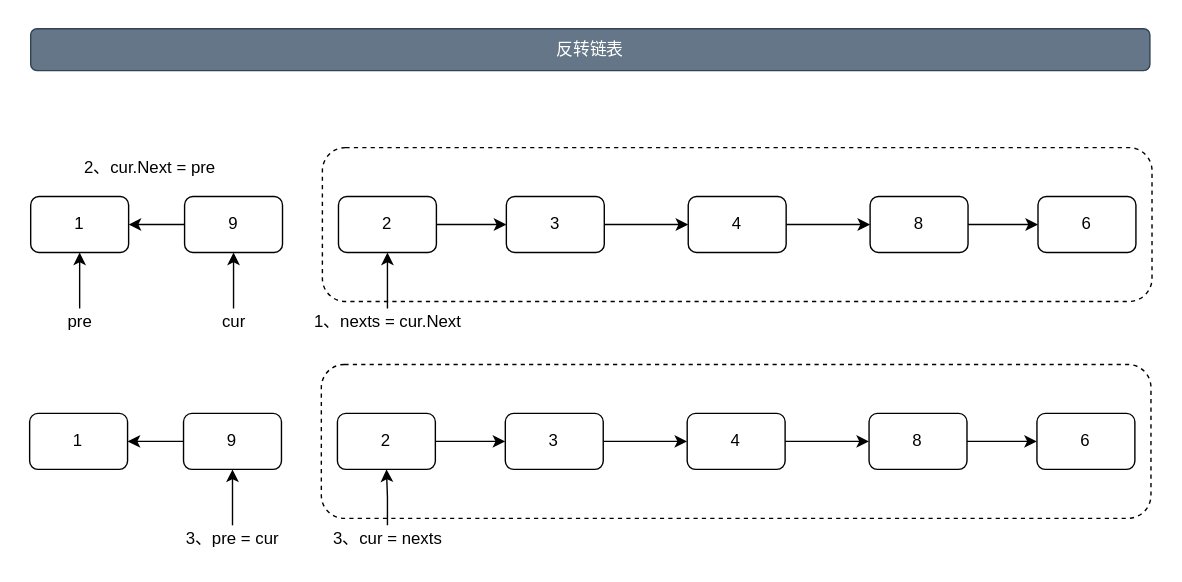
The draw.io diagram 12-数据结构与算法/00-数据结构/images/反转链表.svg in cd-home/Root, before a commit. Source tidied: cells renumbered, new cells last; positions are measured from the earlier drawing's top-left corner, leaving out a move shared by most shapes.
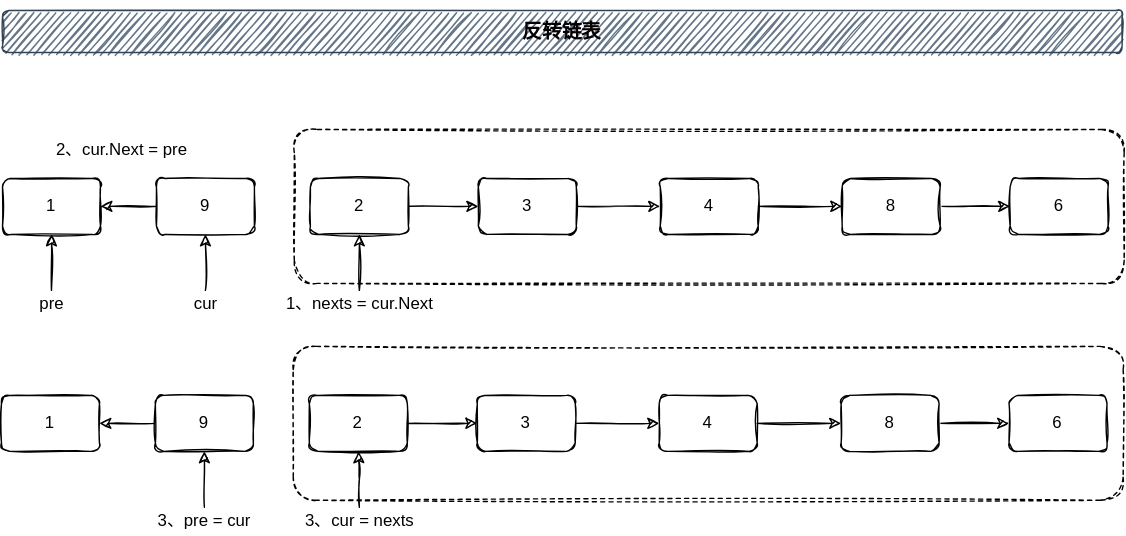
After the change.

Diff of the diagram source:
```diff
@@ -2,118 +2,118 @@
   <root>
     <mxCell id="0" />
     <mxCell id="1" parent="0" />
-    <mxCell id="2" style="rounded=1;whiteSpace=wrap;html=1;dashed=1;" parent="1" vertex="1">
+    <mxCell id="2" style="rounded=1;whiteSpace=wrap;html=1;dashed=1;sketch=1;" parent="1" vertex="1">
       <mxGeometry x="209.5" y="85" width="593" height="110" as="geometry" />
     </mxCell>
-    <mxCell id="3" value="反转链表" style="rounded=1;whiteSpace=wrap;html=1;fillColor=#647687;strokeColor=#314354;fontColor=#ffffff;" parent="1" vertex="1">
+    <mxCell id="3" value="&lt;h3&gt;&lt;font color=&quot;#050001&quot;&gt;反转链表&lt;/font&gt;&lt;/h3&gt;" style="rounded=1;whiteSpace=wrap;html=1;fillColor=#647687;strokeColor=#314354;fontColor=#ffffff;sketch=1;" parent="1" vertex="1">
       <mxGeometry x="1" width="800" height="30" as="geometry" />
     </mxCell>
-    <mxCell id="4" value="1" style="rounded=1;whiteSpace=wrap;html=1;" parent="1" vertex="1">
+    <mxCell id="4" value="1" style="rounded=1;whiteSpace=wrap;html=1;sketch=1;" parent="1" vertex="1">
       <mxGeometry x="1" y="120" width="70" height="40" as="geometry" />
     </mxCell>
-    <mxCell id="5" style="edgeStyle=orthogonalEdgeStyle;rounded=0;jettySize=auto;html=1;entryX=1;entryY=0.5;entryDx=0;entryDy=0;" parent="1" edge="1" source="6" target="4">
+    <mxCell id="5" style="edgeStyle=orthogonalEdgeStyle;rounded=0;jettySize=auto;html=1;entryX=1;entryY=0.5;entryDx=0;entryDy=0;sketch=1;" parent="1" edge="1" source="6" target="4">
       <mxGeometry relative="1" as="geometry" />
     </mxCell>
-    <mxCell id="6" value="9" style="rounded=1;whiteSpace=wrap;html=1;" parent="1" vertex="1">
+    <mxCell id="6" value="9" style="rounded=1;whiteSpace=wrap;html=1;sketch=1;" parent="1" vertex="1">
       <mxGeometry x="111" y="120" width="70" height="40" as="geometry" />
     </mxCell>
-    <mxCell id="7" style="edgeStyle=orthogonalEdgeStyle;rounded=0;jettySize=auto;html=1;" parent="1" edge="1" source="8" target="10">
+    <mxCell id="7" style="edgeStyle=orthogonalEdgeStyle;rounded=0;jettySize=auto;html=1;sketch=1;" parent="1" edge="1" source="8" target="10">
       <mxGeometry relative="1" as="geometry" />
     </mxCell>
-    <mxCell id="8" value="2" style="rounded=1;whiteSpace=wrap;html=1;" parent="1" vertex="1">
+    <mxCell id="8" value="2" style="rounded=1;whiteSpace=wrap;html=1;sketch=1;" parent="1" vertex="1">
       <mxGeometry x="221" y="120" width="70" height="40" as="geometry" />
     </mxCell>
-    <mxCell id="9" style="edgeStyle=orthogonalEdgeStyle;rounded=0;jettySize=auto;html=1;" parent="1" edge="1" source="10" target="12">
+    <mxCell id="9" style="edgeStyle=orthogonalEdgeStyle;rounded=0;jettySize=auto;html=1;sketch=1;" parent="1" edge="1" source="10" target="12">
       <mxGeometry relative="1" as="geometry" />
     </mxCell>
-    <mxCell id="10" value="3" style="rounded=1;whiteSpace=wrap;html=1;" parent="1" vertex="1">
+    <mxCell id="10" value="3" style="rounded=1;whiteSpace=wrap;html=1;sketch=1;" parent="1" vertex="1">
       <mxGeometry x="341" y="120" width="70" height="40" as="geometry" />
     </mxCell>
-    <mxCell id="11" style="edgeStyle=orthogonalEdgeStyle;rounded=0;jettySize=auto;html=1;" parent="1" edge="1" source="12" target="14">
+    <mxCell id="11" style="edgeStyle=orthogonalEdgeStyle;rounded=0;jettySize=auto;html=1;sketch=1;" parent="1" edge="1" source="12" target="14">
       <mxGeometry relative="1" as="geometry" />
     </mxCell>
-    <mxCell id="12" value="4" style="rounded=1;whiteSpace=wrap;html=1;" parent="1" vertex="1">
+    <mxCell id="12" value="4" style="rounded=1;whiteSpace=wrap;html=1;sketch=1;" parent="1" vertex="1">
       <mxGeometry x="471" y="120" width="70" height="40" as="geometry" />
     </mxCell>
-    <mxCell id="13" style="edgeStyle=orthogonalEdgeStyle;rounded=0;jettySize=auto;html=1;" parent="1" edge="1" source="14" target="15">
+    <mxCell id="13" style="edgeStyle=orthogonalEdgeStyle;rounded=0;jettySize=auto;html=1;sketch=1;" parent="1" edge="1" source="14" target="15">
       <mxGeometry relative="1" as="geometry" />
     </mxCell>
-    <mxCell id="14" value="8" style="rounded=1;whiteSpace=wrap;html=1;" parent="1" vertex="1">
+    <mxCell id="14" value="8" style="rounded=1;whiteSpace=wrap;html=1;sketch=1;" parent="1" vertex="1">
       <mxGeometry x="601" y="120" width="70" height="40" as="geometry" />
     </mxCell>
-    <mxCell id="15" value="6" style="rounded=1;whiteSpace=wrap;html=1;" parent="1" vertex="1">
+    <mxCell id="15" value="6" style="rounded=1;whiteSpace=wrap;html=1;sketch=1;" parent="1" vertex="1">
       <mxGeometry x="721" y="120" width="70" height="40" as="geometry" />
     </mxCell>
-    <mxCell id="16" style="edgeStyle=orthogonalEdgeStyle;rounded=0;jettySize=auto;html=1;strokeWidth=1;" parent="1" edge="1" source="17" target="4">
+    <mxCell id="16" style="edgeStyle=orthogonalEdgeStyle;rounded=0;jettySize=auto;html=1;strokeWidth=1;sketch=1;" parent="1" edge="1" source="17" target="4">
       <mxGeometry relative="1" as="geometry" />
     </mxCell>
-    <mxCell id="17" value="pre" style="text;html=1;align=center;verticalAlign=middle;points=[];strokeColor=none;" parent="1" vertex="1">
+    <mxCell id="17" value="pre" style="text;html=1;align=center;verticalAlign=middle;points=[];strokeColor=none;sketch=1;" parent="1" vertex="1">
       <mxGeometry x="21" y="200" width="30" height="20" as="geometry" />
     </mxCell>
-    <mxCell id="18" style="edgeStyle=orthogonalEdgeStyle;rounded=0;jettySize=auto;html=1;strokeWidth=1;" parent="1" edge="1" source="19" target="6">
+    <mxCell id="18" style="edgeStyle=orthogonalEdgeStyle;rounded=0;jettySize=auto;html=1;strokeWidth=1;sketch=1;" parent="1" edge="1" source="19" target="6">
       <mxGeometry relative="1" as="geometry" />
     </mxCell>
-    <mxCell id="19" value="cur" style="text;html=1;align=center;verticalAlign=middle;points=[];strokeColor=none;" parent="1" vertex="1">
+    <mxCell id="19" value="cur" style="text;html=1;align=center;verticalAlign=middle;points=[];strokeColor=none;sketch=1;" parent="1" vertex="1">
       <mxGeometry x="131" y="200" width="30" height="20" as="geometry" />
     </mxCell>
-    <mxCell id="20" style="edgeStyle=orthogonalEdgeStyle;rounded=0;jettySize=auto;html=1;strokeWidth=1;" parent="1" edge="1" source="21" target="8">
+    <mxCell id="20" style="edgeStyle=orthogonalEdgeStyle;rounded=0;jettySize=auto;html=1;strokeWidth=1;sketch=1;" parent="1" edge="1" source="21" target="8">
       <mxGeometry relative="1" as="geometry" />
     </mxCell>
-    <mxCell id="21" value="1、nexts = cur.Next" style="text;html=1;align=center;verticalAlign=middle;points=[];strokeColor=none;" parent="1" vertex="1">
+    <mxCell id="21" value="1、nexts = cur.Next" style="text;html=1;align=center;verticalAlign=middle;points=[];strokeColor=none;sketch=1;" parent="1" vertex="1">
       <mxGeometry x="196" y="200" width="120" height="20" as="geometry" />
     </mxCell>
-    <mxCell id="22" value="2、cur.Next = pre" style="text;html=1;align=center;verticalAlign=middle;strokeColor=none;" parent="1" vertex="1">
+    <mxCell id="22" value="2、cur.Next = pre" style="text;html=1;align=center;verticalAlign=middle;strokeColor=none;sketch=1;" parent="1" vertex="1">
       <mxGeometry x="31" y="90" width="110" height="20" as="geometry" />
     </mxCell>
-    <mxCell id="23" style="rounded=1;whiteSpace=wrap;html=1;dashed=1;" parent="1" vertex="1">
+    <mxCell id="23" style="rounded=1;whiteSpace=wrap;html=1;dashed=1;sketch=1;" parent="1" vertex="1">
       <mxGeometry x="208.8" y="240" width="593" height="110" as="geometry" />
     </mxCell>
-    <mxCell id="24" value="1" style="rounded=1;whiteSpace=wrap;html=1;" parent="1" vertex="1">
+    <mxCell id="24" value="1" style="rounded=1;whiteSpace=wrap;html=1;sketch=1;" parent="1" vertex="1">
       <mxGeometry x="0.2" y="275" width="70" height="40" as="geometry" />
     </mxCell>
-    <mxCell id="25" style="edgeStyle=orthogonalEdgeStyle;rounded=0;jettySize=auto;html=1;entryX=1;entryY=0.5;entryDx=0;entryDy=0;" parent="1" edge="1" source="26" target="24">
+    <mxCell id="25" style="edgeStyle=orthogonalEdgeStyle;rounded=0;jettySize=auto;html=1;entryX=1;entryY=0.5;entryDx=0;entryDy=0;sketch=1;" parent="1" edge="1" source="26" target="24">
       <mxGeometry relative="1" as="geometry" />
     </mxCell>
-    <mxCell id="26" value="9" style="rounded=1;whiteSpace=wrap;html=1;" parent="1" vertex="1">
+    <mxCell id="26" value="9" style="rounded=1;whiteSpace=wrap;html=1;sketch=1;" parent="1" vertex="1">
       <mxGeometry x="110.2" y="275" width="70" height="40" as="geometry" />
     </mxCell>
-    <mxCell id="27" style="edgeStyle=orthogonalEdgeStyle;rounded=0;jettySize=auto;html=1;" parent="1" edge="1" source="28" target="30">
+    <mxCell id="27" style="edgeStyle=orthogonalEdgeStyle;rounded=0;jettySize=auto;html=1;sketch=1;" parent="1" edge="1" source="28" target="30">
       <mxGeometry relative="1" as="geometry" />
     </mxCell>
-    <mxCell id="28" value="2" style="rounded=1;whiteSpace=wrap;html=1;" parent="1" vertex="1">
+    <mxCell id="28" value="2" style="rounded=1;whiteSpace=wrap;html=1;sketch=1;" parent="1" vertex="1">
       <mxGeometry x="220.2" y="275" width="70" height="40" as="geometry" />
     </mxCell>
-    <mxCell id="29" style="edgeStyle=orthogonalEdgeStyle;rounded=0;jettySize=auto;html=1;" parent="1" edge="1" source="30" target="32">
+    <mxCell id="29" style="edgeStyle=orthogonalEdgeStyle;rounded=0;jettySize=auto;html=1;sketch=1;" parent="1" edge="1" source="30" target="32">
       <mxGeometry relative="1" as="geometry" />
     </mxCell>
-    <mxCell id="30" value="3" style="rounded=1;whiteSpace=wrap;html=1;" parent="1" vertex="1">
+    <mxCell id="30" value="3" style="rounded=1;whiteSpace=wrap;html=1;sketch=1;" parent="1" vertex="1">
       <mxGeometry x="340.2" y="275" width="70" height="40" as="geometry" />
     </mxCell>
-    <mxCell id="31" style="edgeStyle=orthogonalEdgeStyle;rounded=0;jettySize=auto;html=1;" parent="1" edge="1" source="32" target="34">
+    <mxCell id="31" style="edgeStyle=orthogonalEdgeStyle;rounded=0;jettySize=auto;html=1;sketch=1;" parent="1" edge="1" source="32" target="34">
       <mxGeometry relative="1" as="geometry" />
     </mxCell>
-    <mxCell id="32" value="4" style="rounded=1;whiteSpace=wrap;html=1;" parent="1" vertex="1">
+    <mxCell id="32" value="4" style="rounded=1;whiteSpace=wrap;html=1;sketch=1;" parent="1" vertex="1">
       <mxGeometry x="470.2" y="275" width="70" height="40" as="geometry" />
     </mxCell>
-    <mxCell id="33" style="edgeStyle=orthogonalEdgeStyle;rounded=0;jettySize=auto;html=1;" parent="1" edge="1" source="34" target="35">
+    <mxCell id="33" style="edgeStyle=orthogonalEdgeStyle;rounded=0;jettySize=auto;html=1;sketch=1;" parent="1" edge="1" source="34" target="35">
       <mxGeometry relative="1" as="geometry" />
     </mxCell>
-    <mxCell id="34" value="8" style="rounded=1;whiteSpace=wrap;html=1;" parent="1" vertex="1">
+    <mxCell id="34" value="8" style="rounded=1;whiteSpace=wrap;html=1;sketch=1;" parent="1" vertex="1">
       <mxGeometry x="600.2" y="275" width="70" height="40" as="geometry" />
     </mxCell>
-    <mxCell id="35" value="6" style="rounded=1;whiteSpace=wrap;html=1;" parent="1" vertex="1">
+    <mxCell id="35" value="6" style="rounded=1;whiteSpace=wrap;html=1;sketch=1;" parent="1" vertex="1">
       <mxGeometry x="720.2" y="275" width="70" height="40" as="geometry" />
     </mxCell>
-    <mxCell id="36" style="edgeStyle=orthogonalEdgeStyle;rounded=0;jettySize=auto;html=1;strokeWidth=1;" parent="1" edge="1" source="37" target="26">
+    <mxCell id="36" style="edgeStyle=orthogonalEdgeStyle;rounded=0;jettySize=auto;html=1;strokeWidth=1;sketch=1;" parent="1" edge="1" source="37" target="26">
       <mxGeometry relative="1" as="geometry" />
     </mxCell>
-    <mxCell id="37" value="3、pre = cur" style="text;html=1;align=center;verticalAlign=middle;points=[];strokeColor=none;" parent="1" vertex="1">
+    <mxCell id="37" value="3、pre = cur" style="text;html=1;align=center;verticalAlign=middle;points=[];strokeColor=none;sketch=1;" parent="1" vertex="1">
       <mxGeometry x="105.2" y="355" width="80" height="20" as="geometry" />
     </mxCell>
-    <mxCell id="38" style="edgeStyle=orthogonalEdgeStyle;rounded=0;jettySize=auto;html=1;strokeWidth=1;" parent="1" edge="1" source="39" target="28">
+    <mxCell id="38" style="edgeStyle=orthogonalEdgeStyle;rounded=0;jettySize=auto;html=1;strokeWidth=1;sketch=1;" parent="1" edge="1" source="39" target="28">
       <mxGeometry relative="1" as="geometry" />
     </mxCell>
-    <mxCell id="39" value="3、cur = nexts" style="text;html=1;align=center;verticalAlign=middle;points=[];strokeColor=none;" parent="1" vertex="1">
+    <mxCell id="39" value="3、cur = nexts" style="text;html=1;align=center;verticalAlign=middle;points=[];strokeColor=none;sketch=1;" parent="1" vertex="1">
       <mxGeometry x="211" y="355" width="90" height="20" as="geometry" />
     </mxCell>
   </root>
```
